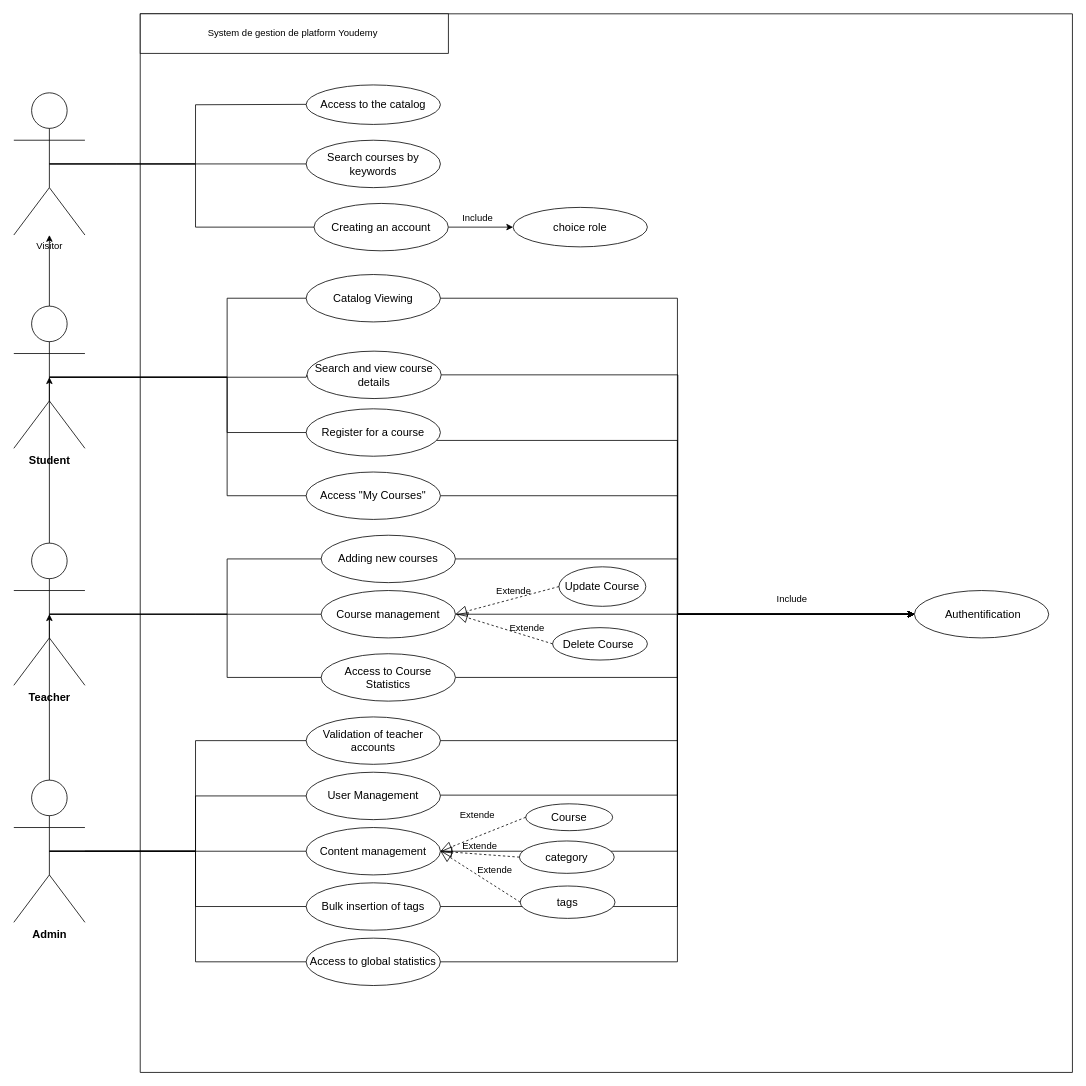
Before: UML/DiagramDeCases.drawio in Keltoummalouki/Youdemy, a draw.io diagram. Source tidied: cells renumbered, new cells numbered last; positions are measured from the earlier drawing's top-left corner, leaving out a move shared by most shapes. Both pictures are drawn from the tidied source at 79%, with x=0, y=0 at pixel (13, 13).
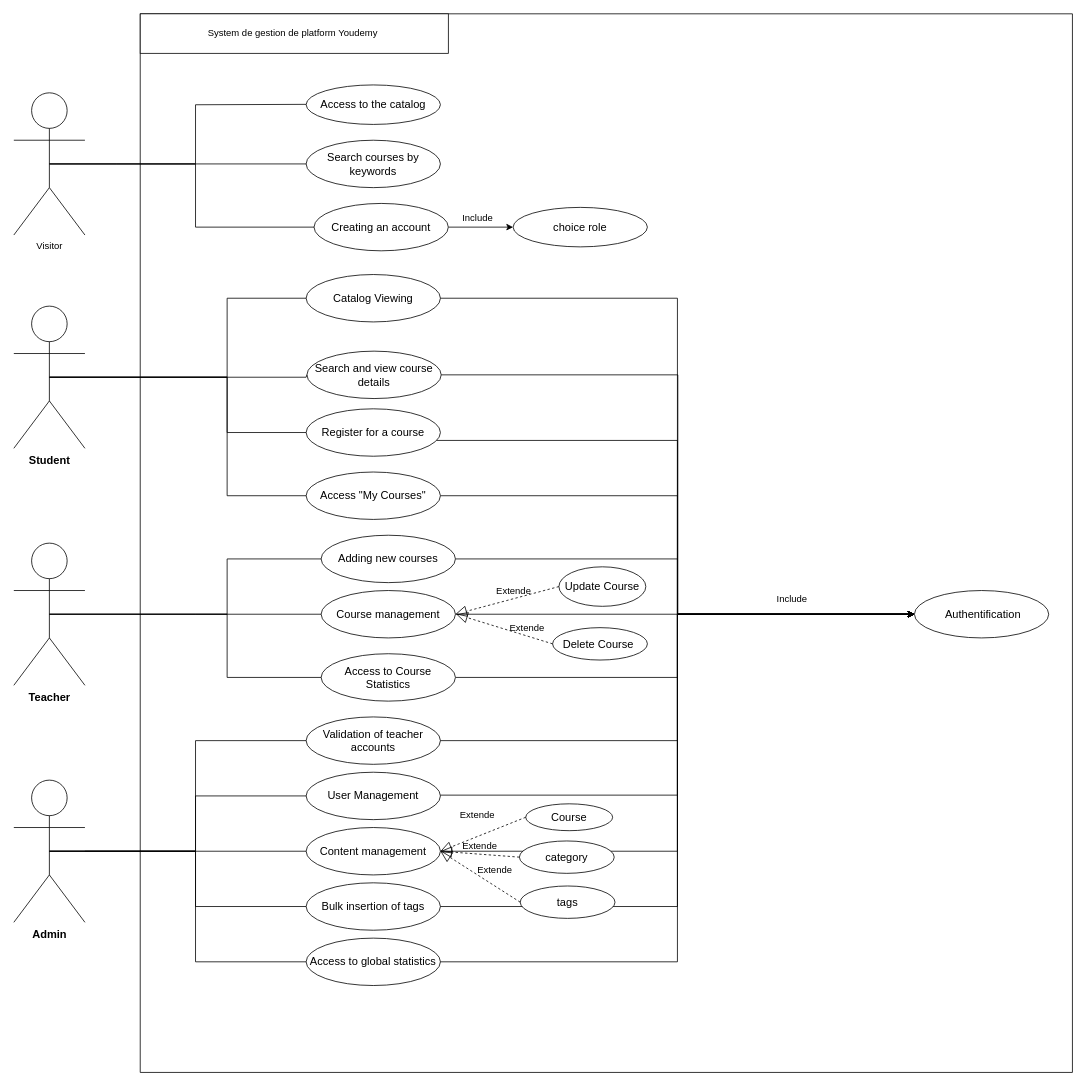
After the change.

Unchanged cells that the change refers to:
```xml
<mxCell id="56" value="Visitor" style="shape=umlActor;verticalLabelPosition=bottom;verticalAlign=top;html=1;outlineConnect=0;" parent="1" vertex="1">
  <mxGeometry y="100" width="90" height="180" as="geometry" />
</mxCell>
<mxCell id="58" value="&lt;span style=&quot;box-sizing: border-box; border: 0px solid; --tw-border-spacing-x: 0; --tw-border-spacing-y: 0; --tw-translate-x: 0; --tw-translate-y: 0; --tw-rotate: 0; --tw-skew-x: 0; --tw-skew-y: 0; --tw-scale-x: 1; --tw-scale-y: 1; --tw-pan-x: ; --tw-pan-y: ; --tw-pinch-zoom: ; --tw-scroll-snap-strictness: proximity; --tw-gradient-from-position: ; --tw-gradient-via-position: ; --tw-gradient-to-position: ; --tw-ordinal: ; --tw-slashed-zero: ; --tw-numeric-figure: ; --tw-numeric-spacing: ; --tw-numeric-fraction: ; --tw-ring-inset: ; --tw-ring-offset-width: 0px; --tw-ring-offset-color: light-dark(#fff, #000000); --tw-ring-color: light-dark(rgba(59,130,246,.5), #4c89ec); --tw-ring-offset-shadow: 0 0 #0000; --tw-ring-shadow: 0 0 #0000; --tw-shadow: 0 0 #0000; --tw-shadow-colored: 0 0 #0000; --tw-blur: ; --tw-brightness: ; --tw-contrast: ; --tw-grayscale: ; --tw-hue-rotate: ; --tw-invert: ; --tw-saturate: ; --tw-sepia: ; --tw-drop-shadow: ; --tw-backdrop-blur: ; --tw-backdrop-brightness: ; --tw-backdrop-contrast: ; --tw-backdrop-grayscale: ; --tw-backdrop-hue-rotate: ; --tw-backdrop-invert: ; --tw-backdrop-opacity: ; --tw-backdrop-saturate: ; --tw-backdrop-sepia: ; --tw-contain-size: ; --tw-contain-layout: ; --tw-contain-paint: ; --tw-contain-style: ; font-weight: bolder; font-family: &amp;quot;Nunito Sans&amp;quot;, sans-serif; font-size: 14px; text-align: start; white-space: pre-wrap; background-color: rgb(255, 255, 255);&quot;&gt;Student&lt;/span&gt;" style="shape=umlActor;verticalLabelPosition=bottom;verticalAlign=top;html=1;outlineConnect=0;" parent="1" vertex="1">
  <mxGeometry y="370" width="90" height="180" as="geometry" />
</mxCell>
<mxCell id="59" value="&lt;span style=&quot;box-sizing: border-box; border: 0px solid; --tw-border-spacing-x: 0; --tw-border-spacing-y: 0; --tw-translate-x: 0; --tw-translate-y: 0; --tw-rotate: 0; --tw-skew-x: 0; --tw-skew-y: 0; --tw-scale-x: 1; --tw-scale-y: 1; --tw-pan-x: ; --tw-pan-y: ; --tw-pinch-zoom: ; --tw-scroll-snap-strictness: proximity; --tw-gradient-from-position: ; --tw-gradient-via-position: ; --tw-gradient-to-position: ; --tw-ordinal: ; --tw-slashed-zero: ; --tw-numeric-figure: ; --tw-numeric-spacing: ; --tw-numeric-fraction: ; --tw-ring-inset: ; --tw-ring-offset-width: 0px; --tw-ring-offset-color: light-dark(#fff, #000000); --tw-ring-color: light-dark(rgba(59,130,246,.5), #4c89ec); --tw-ring-offset-shadow: 0 0 #0000; --tw-ring-shadow: 0 0 #0000; --tw-shadow: 0 0 #0000; --tw-shadow-colored: 0 0 #0000; --tw-blur: ; --tw-brightness: ; --tw-contrast: ; --tw-grayscale: ; --tw-hue-rotate: ; --tw-invert: ; --tw-saturate: ; --tw-sepia: ; --tw-drop-shadow: ; --tw-backdrop-blur: ; --tw-backdrop-brightness: ; --tw-backdrop-contrast: ; --tw-backdrop-grayscale: ; --tw-backdrop-hue-rotate: ; --tw-backdrop-invert: ; --tw-backdrop-opacity: ; --tw-backdrop-saturate: ; --tw-backdrop-sepia: ; --tw-contain-size: ; --tw-contain-layout: ; --tw-contain-paint: ; --tw-contain-style: ; font-weight: bolder; font-family: &amp;quot;Nunito Sans&amp;quot;, sans-serif; font-size: 14px; text-align: start; white-space: pre-wrap; background-color: rgb(255, 255, 255);&quot;&gt;Teacher&lt;/span&gt;" style="shape=umlActor;verticalLabelPosition=bottom;verticalAlign=top;html=1;outlineConnect=0;" parent="1" vertex="1">
  <mxGeometry y="670" width="90" height="180" as="geometry" />
</mxCell>
<mxCell id="60" value="&lt;span style=&quot;box-sizing: border-box; border: 0px solid; --tw-border-spacing-x: 0; --tw-border-spacing-y: 0; --tw-translate-x: 0; --tw-translate-y: 0; --tw-rotate: 0; --tw-skew-x: 0; --tw-skew-y: 0; --tw-scale-x: 1; --tw-scale-y: 1; --tw-pan-x: ; --tw-pan-y: ; --tw-pinch-zoom: ; --tw-scroll-snap-strictness: proximity; --tw-gradient-from-position: ; --tw-gradient-via-position: ; --tw-gradient-to-position: ; --tw-ordinal: ; --tw-slashed-zero: ; --tw-numeric-figure: ; --tw-numeric-spacing: ; --tw-numeric-fraction: ; --tw-ring-inset: ; --tw-ring-offset-width: 0px; --tw-ring-offset-color: light-dark(#fff, #000000); --tw-ring-color: light-dark(rgba(59,130,246,.5), #4c89ec); --tw-ring-offset-shadow: 0 0 #0000; --tw-ring-shadow: 0 0 #0000; --tw-shadow: 0 0 #0000; --tw-shadow-colored: 0 0 #0000; --tw-blur: ; --tw-brightness: ; --tw-contrast: ; --tw-grayscale: ; --tw-hue-rotate: ; --tw-invert: ; --tw-saturate: ; --tw-sepia: ; --tw-drop-shadow: ; --tw-backdrop-blur: ; --tw-backdrop-brightness: ; --tw-backdrop-contrast: ; --tw-backdrop-grayscale: ; --tw-backdrop-hue-rotate: ; --tw-backdrop-invert: ; --tw-backdrop-opacity: ; --tw-backdrop-saturate: ; --tw-backdrop-sepia: ; --tw-contain-size: ; --tw-contain-layout: ; --tw-contain-paint: ; --tw-contain-style: ; font-weight: bolder; font-family: &amp;quot;Nunito Sans&amp;quot;, sans-serif; font-size: 14px; text-align: start; white-space: pre-wrap; background-color: rgb(255, 255, 255);&quot;&gt;Admin&lt;/span&gt;" style="shape=umlActor;verticalLabelPosition=bottom;verticalAlign=top;html=1;outlineConnect=0;" parent="1" vertex="1">
  <mxGeometry y="970" width="90" height="180" as="geometry" />
</mxCell>
```

The edit, as a diff of the source:
```diff
@@
-    <mxCell id="57" style="edgeStyle=orthogonalEdgeStyle;rounded=0;jettySize=auto;html=1;" parent="1" edge="1" source="58" target="56">
-      <mxGeometry relative="1" as="geometry" />
-    </mxCell>
@@
-    <mxCell id="61" style="edgeStyle=orthogonalEdgeStyle;rounded=0;jettySize=auto;html=1;entryX=0.5;entryY=0.5;entryDx=0;entryDy=0;entryPerimeter=0;" parent="1" edge="1" source="60" target="59">
-      <mxGeometry relative="1" as="geometry" />
-    </mxCell>
-    <mxCell id="62" style="edgeStyle=orthogonalEdgeStyle;rounded=0;jettySize=auto;html=1;entryX=0.5;entryY=0.5;entryDx=0;entryDy=0;entryPerimeter=0;" parent="1" edge="1" source="59" target="58">
-      <mxGeometry relative="1" as="geometry" />
-    </mxCell>
```
